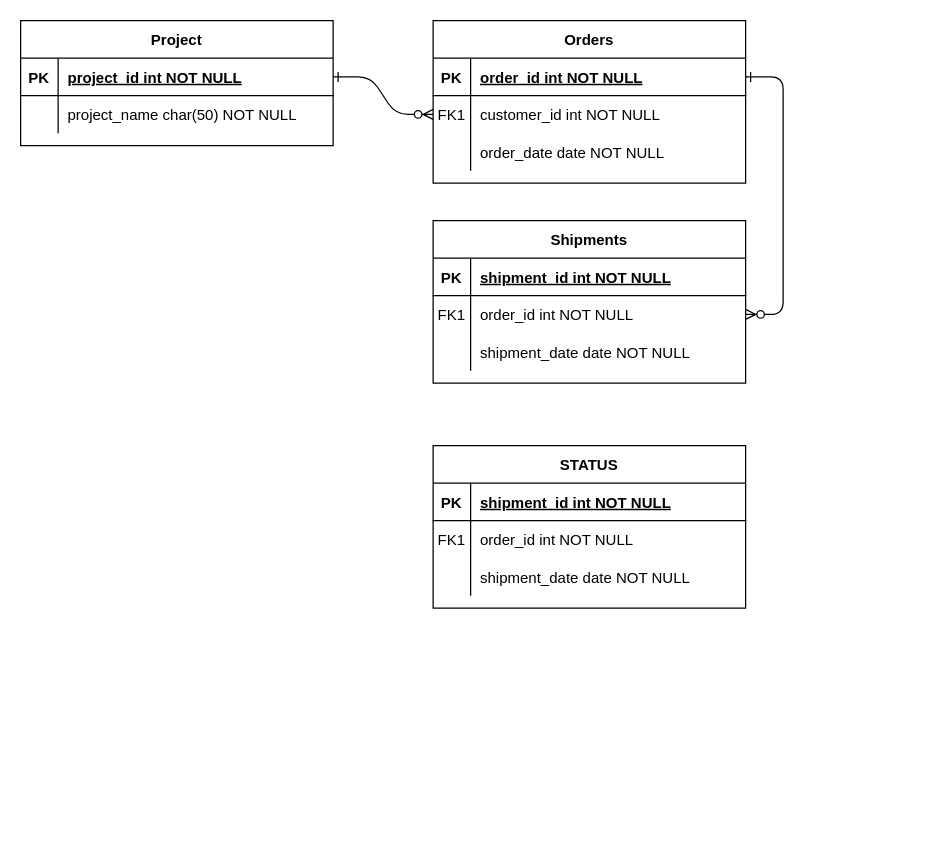
Before: Untitled Diagram.drawio in girlsgotech/Fullstack, a draw.io diagram. Source tidied: cells renumbered, new cells numbered last; positions are measured from the earlier drawing's top-left corner, leaving out a move shared by most shapes. Both pictures are drawn from the tidied source at 125%, with x=0, y=0 at pixel (20, 20).
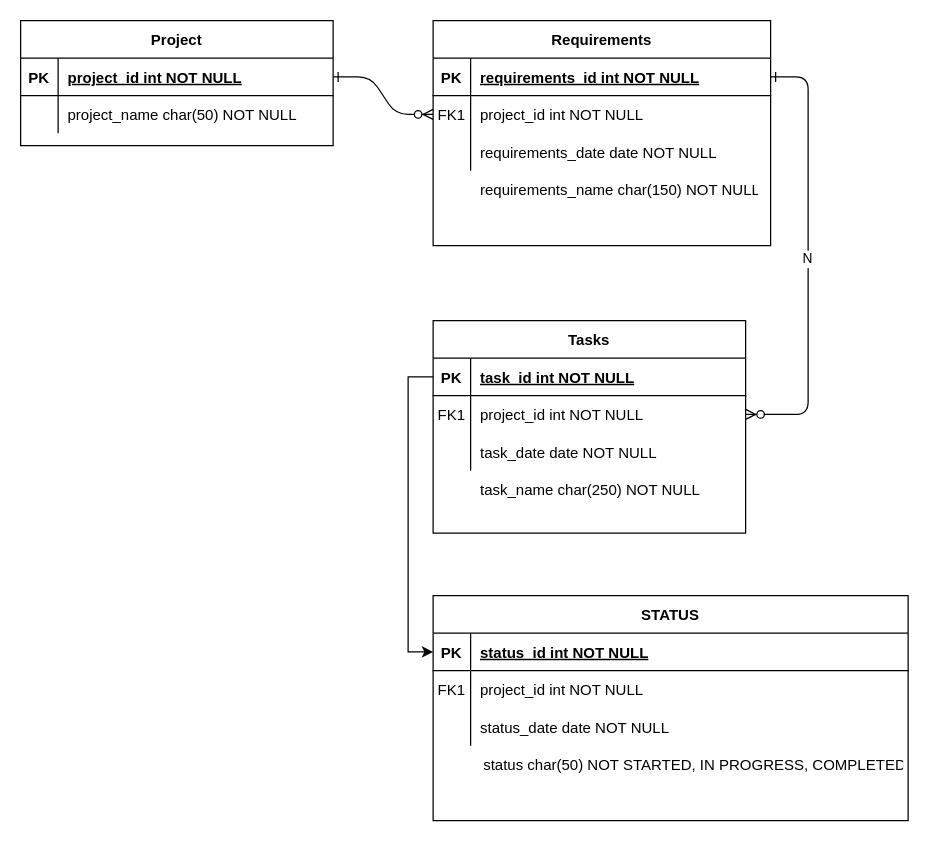
Above is the later version.

Commit message:
Project_management_app_v1

The change refers to these unchanged cells:
```xml
<mxCell id="15" style="shape=partialRectangle;fillColor=none;points=[[0,0.5],[1,0.5]];portConstraint=eastwest;top=0;left=0;right=0;bottom=1;" parent="14" vertex="1">
  <mxGeometry y="30" width="250" height="30" as="geometry" />
</mxCell>
<mxCell id="18" style="shape=partialRectangle;fillColor=none;points=[[0,0.5],[1,0.5]];portConstraint=eastwest;top=0;left=0;right=0;bottom=0;" parent="14" vertex="1">
  <mxGeometry y="60" width="250" height="30" as="geometry" />
</mxCell>
<mxCell id="21" style="shape=partialRectangle;fillColor=none;top=0;left=0;right=0;bottom=0;" parent="14" vertex="1">
  <mxGeometry y="90" width="250" height="30" as="geometry" />
</mxCell>
```

What changed in the source:
```diff
@@
-    <mxCell id="3" style="edgeStyle=entityRelationEdgeStyle;endArrow=ERzeroToMany;startArrow=ERone;endFill=1;startFill=0;" parent="1" edge="1" source="5" target="18">
+    <mxCell id="3" value="N" style="edgeStyle=entityRelationEdgeStyle;endArrow=ERzeroToMany;startArrow=ERone;endFill=1;startFill=0;" parent="1" edge="1" source="5" target="18">
       <mxGeometry relative="1" as="geometry" />
     </mxCell>
-    <mxCell id="4" value="Orders" style="shape=table;startSize=30;childLayout=tableLayout;rowLines=0;fontStyle=1;align=center;" parent="1" vertex="1">
-      <mxGeometry x="330" width="250" height="130" as="geometry" />
+    <mxCell id="4" value="Requirements" style="shape=table;startSize=30;childLayout=tableLayout;rowLines=0;fontStyle=1;align=center;" parent="1" vertex="1">
+      <mxGeometry x="330" width="270" height="180" as="geometry" />
     </mxCell>
     <mxCell id="5" style="shape=partialRectangle;fillColor=none;points=[[0,0.5],[1,0.5]];portConstraint=eastwest;top=0;left=0;right=0;bottom=1;" parent="4" vertex="1">
-      <mxGeometry y="30" width="250" height="30" as="geometry" />
+      <mxGeometry y="30" width="270" height="30" as="geometry" />
     </mxCell>
@@
-    <mxCell id="7" value="order_id int NOT NULL " style="shape=partialRectangle;overflow=hidden;fillColor=none;top=0;left=0;bottom=0;right=0;align=left;spacingLeft=6;fontStyle=5;" parent="5" vertex="1">
-      <mxGeometry x="30" width="220" height="30" as="geometry" />
+    <mxCell id="7" value="requirements_id int NOT NULL " style="shape=partialRectangle;overflow=hidden;fillColor=none;top=0;left=0;bottom=0;right=0;align=left;spacingLeft=6;fontStyle=5;" parent="5" vertex="1">
+      <mxGeometry x="30" width="240" height="30" as="geometry" />
     </mxCell>
     <mxCell id="8" style="shape=partialRectangle;fillColor=none;points=[[0,0.5],[1,0.5]];portConstraint=eastwest;top=0;left=0;right=0;bottom=0;" parent="4" vertex="1">
-      <mxGeometry y="60" width="250" height="30" as="geometry" />
+      <mxGeometry y="60" width="270" height="30" as="geometry" />
     </mxCell>
@@
-    <mxCell id="10" value="customer_id int NOT NULL" style="shape=partialRectangle;overflow=hidden;fillColor=none;top=0;left=0;bottom=0;right=0;align=left;spacingLeft=6;" parent="8" vertex="1">
-      <mxGeometry x="30" width="220" height="30" as="geometry" />
+    <mxCell id="10" value="project_id int NOT NULL" style="shape=partialRectangle;overflow=hidden;fillColor=none;top=0;left=0;bottom=0;right=0;align=left;spacingLeft=6;" parent="8" vertex="1">
+      <mxGeometry x="30" width="240" height="30" as="geometry" />
     </mxCell>
     <mxCell id="11" style="shape=partialRectangle;fillColor=none;top=0;left=0;right=0;bottom=0;" parent="4" vertex="1">
-      <mxGeometry y="90" width="250" height="30" as="geometry" />
+      <mxGeometry y="90" width="270" height="30" as="geometry" />
     </mxCell>
@@
-    <mxCell id="13" value="order_date date NOT NULL" style="shape=partialRectangle;overflow=hidden;fillColor=none;top=0;left=0;bottom=0;right=0;align=left;spacingLeft=6;" parent="11" vertex="1">
-      <mxGeometry x="30" width="220" height="30" as="geometry" />
+    <mxCell id="13" value="requirements_date date NOT NULL" style="shape=partialRectangle;overflow=hidden;fillColor=none;top=0;left=0;bottom=0;right=0;align=left;spacingLeft=6;" parent="11" vertex="1">
+      <mxGeometry x="30" width="240" height="30" as="geometry" />
     </mxCell>
-    <mxCell id="14" value="Shipments" style="shape=table;startSize=30;childLayout=tableLayout;rowLines=0;fontStyle=1;align=center;" parent="1" vertex="1">
-      <mxGeometry x="330" y="160" width="250" height="130" as="geometry" />
+    <mxCell id="14" value="Tasks" style="shape=table;startSize=30;childLayout=tableLayout;rowLines=0;fontStyle=1;align=center;" parent="1" vertex="1">
+      <mxGeometry x="330" y="240" width="250" height="170" as="geometry" />
     </mxCell>
@@
-    <mxCell id="17" value="shipment_id int NOT NULL " style="shape=partialRectangle;overflow=hidden;fillColor=none;top=0;left=0;bottom=0;right=0;align=left;spacingLeft=6;fontStyle=5;" parent="15" vertex="1">
+    <mxCell id="17" value="task_id int NOT NULL " style="shape=partialRectangle;overflow=hidden;fillColor=none;top=0;left=0;bottom=0;right=0;align=left;spacingLeft=6;fontStyle=5;" parent="15" vertex="1">
       <mxGeometry x="30" width="220" height="30" as="geometry" />
     </mxCell>
@@
-    <mxCell id="20" value="order_id int NOT NULL" style="shape=partialRectangle;overflow=hidden;fillColor=none;top=0;left=0;bottom=0;right=0;align=left;spacingLeft=6;" parent="18" vertex="1">
+    <mxCell id="20" value="project_id int NOT NULL" style="shape=partialRectangle;overflow=hidden;fillColor=none;top=0;left=0;bottom=0;right=0;align=left;spacingLeft=6;" parent="18" vertex="1">
       <mxGeometry x="30" width="220" height="30" as="geometry" />
     </mxCell>
@@
-    <mxCell id="23" value="shipment_date date NOT NULL" style="shape=partialRectangle;overflow=hidden;fillColor=none;top=0;left=0;bottom=0;right=0;align=left;spacingLeft=6;" parent="21" vertex="1">
+    <mxCell id="23" value="task_date date NOT NULL" style="shape=partialRectangle;overflow=hidden;fillColor=none;top=0;left=0;bottom=0;right=0;align=left;spacingLeft=6;" parent="21" vertex="1">
       <mxGeometry x="30" width="220" height="30" as="geometry" />
     </mxCell>
@@
     <mxCell id="31" value="STATUS" style="shape=table;startSize=30;childLayout=tableLayout;rowLines=0;fontStyle=1;align=center;" parent="1" vertex="1">
-      <mxGeometry x="330" y="340" width="250" height="130" as="geometry" />
+      <mxGeometry x="330" y="460" width="380" height="180" as="geometry" />
     </mxCell>
     <mxCell id="32" style="shape=partialRectangle;fillColor=none;points=[[0,0.5],[1,0.5]];portConstraint=eastwest;top=0;left=0;right=0;bottom=1;" parent="31" vertex="1">
-      <mxGeometry y="30" width="250" height="30" as="geometry" />
+      <mxGeometry y="30" width="380" height="30" as="geometry" />
     </mxCell>
@@
-    <mxCell id="34" value="shipment_id int NOT NULL " style="shape=partialRectangle;overflow=hidden;fillColor=none;top=0;left=0;bottom=0;right=0;align=left;spacingLeft=6;fontStyle=5;" parent="32" vertex="1">
-      <mxGeometry x="30" width="220" height="30" as="geometry" />
+    <mxCell id="34" value="status_id int NOT NULL " style="shape=partialRectangle;overflow=hidden;fillColor=none;top=0;left=0;bottom=0;right=0;align=left;spacingLeft=6;fontStyle=5;" parent="32" vertex="1">
+      <mxGeometry x="30" width="350" height="30" as="geometry" />
     </mxCell>
     <mxCell id="35" style="shape=partialRectangle;fillColor=none;top=0;left=0;right=0;bottom=0;" parent="31" vertex="1">
-      <mxGeometry y="60" width="250" height="30" as="geometry" />
+      <mxGeometry y="60" width="380" height="30" as="geometry" />
     </mxCell>
@@
-    <mxCell id="37" value="order_id int NOT NULL" style="shape=partialRectangle;overflow=hidden;fillColor=none;top=0;left=0;bottom=0;right=0;align=left;spacingLeft=6;" parent="35" vertex="1">
-      <mxGeometry x="30" width="220" height="30" as="geometry" />
+    <mxCell id="37" value="project_id int NOT NULL" style="shape=partialRectangle;overflow=hidden;fillColor=none;top=0;left=0;bottom=0;right=0;align=left;spacingLeft=6;" parent="35" vertex="1">
+      <mxGeometry x="30" width="350" height="30" as="geometry" />
     </mxCell>
     <mxCell id="38" style="shape=partialRectangle;fillColor=none;top=0;left=0;right=0;bottom=0;" parent="31" vertex="1">
-      <mxGeometry y="90" width="250" height="30" as="geometry" />
+      <mxGeometry y="90" width="380" height="30" as="geometry" />
     </mxCell>
@@
-    <mxCell id="40" value="shipment_date date NOT NULL" style="shape=partialRectangle;overflow=hidden;fillColor=none;top=0;left=0;bottom=0;right=0;align=left;spacingLeft=6;" parent="38" vertex="1">
-      <mxGeometry x="30" width="220" height="30" as="geometry" />
+    <mxCell id="40" value="status_date date NOT NULL" style="shape=partialRectangle;overflow=hidden;fillColor=none;top=0;left=0;bottom=0;right=0;align=left;spacingLeft=6;" parent="38" vertex="1">
+      <mxGeometry x="30" width="350" height="30" as="geometry" />
     </mxCell>
+    <mxCell id="41" value="requirements_name char(150) NOT NULL" style="shape=partialRectangle;overflow=hidden;fillColor=none;top=0;left=0;bottom=0;right=0;align=left;spacingLeft=6;" parent="1" vertex="1">
+      <mxGeometry x="360" y="120" width="230" height="30" as="geometry" />
+    </mxCell>
+    <mxCell id="42" value="task_name char(250) NOT NULL" style="shape=partialRectangle;overflow=hidden;fillColor=none;top=0;left=0;bottom=0;right=0;align=left;spacingLeft=6;" parent="1" vertex="1">
+      <mxGeometry x="360" y="360" width="220" height="30" as="geometry" />
+    </mxCell>
+    <mxCell id="43" style="shape=partialRectangle;fillColor=none;top=0;left=0;right=0;bottom=0;" parent="1" vertex="1">
+      <mxGeometry x="330" y="580" width="390" height="30" as="geometry" />
+    </mxCell>
+    <mxCell id="44" style="shape=partialRectangle;overflow=hidden;fillColor=none;top=0;left=0;bottom=0;right=0;" parent="43" vertex="1">
+      <mxGeometry width="46.8" height="30" as="geometry" />
+    </mxCell>
+    <mxCell id="45" value="status char(50) NOT STARTED, IN PROGRESS, COMPLETED " style="shape=partialRectangle;overflow=hidden;fillColor=none;top=0;left=0;bottom=0;right=0;align=left;spacingLeft=6;" parent="43" vertex="1">
+      <mxGeometry x="32.5" width="343.2" height="30" as="geometry" />
+    </mxCell>
+    <mxCell id="46" style="edgeStyle=orthogonalEdgeStyle;rounded=0;jettySize=auto;html=1;exitX=0;exitY=0.5;exitDx=0;exitDy=0;entryX=0;entryY=0.5;entryDx=0;entryDy=0;" parent="1" edge="1" source="15" target="32">
+      <mxGeometry relative="1" as="geometry" />
+    </mxCell>
```
